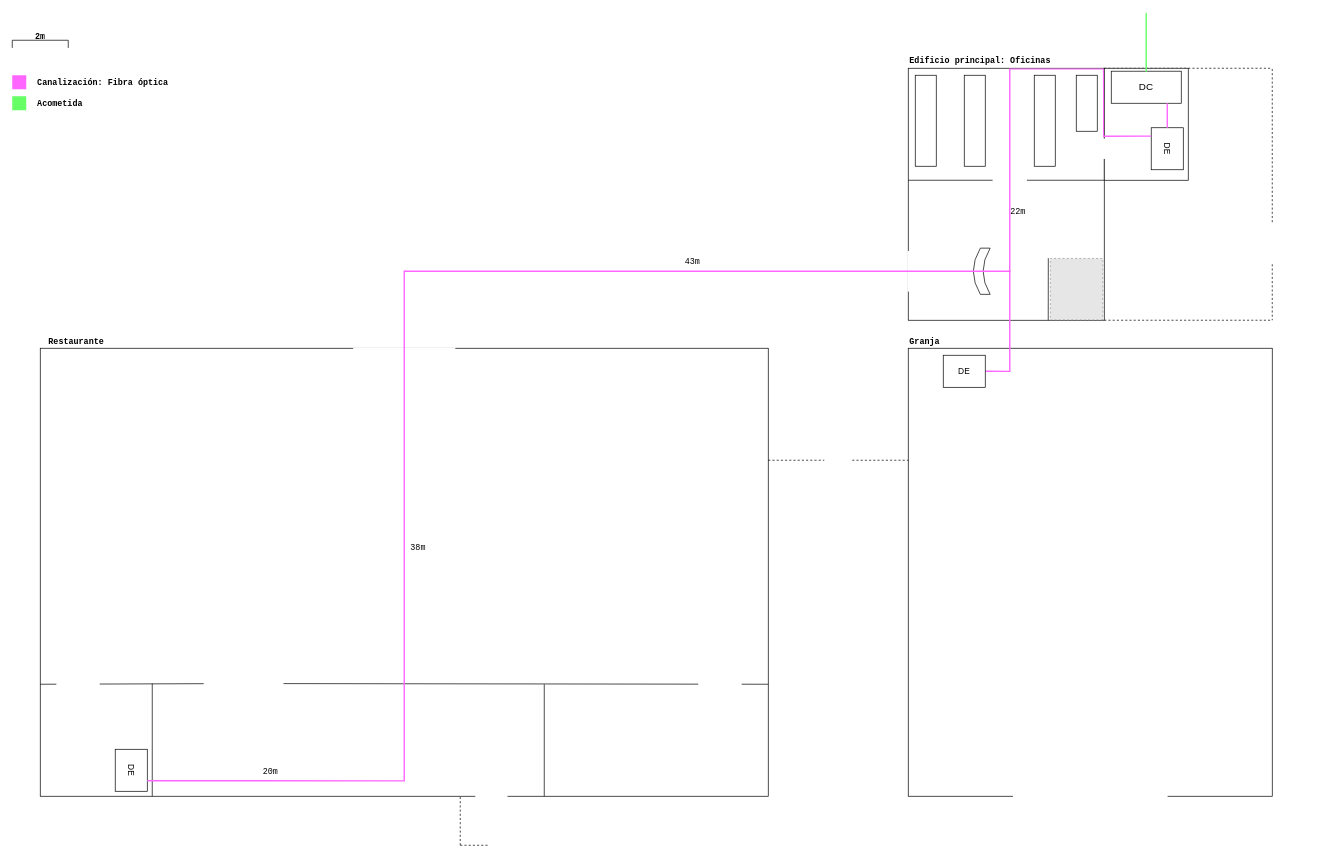
Earlier version of the draw.io diagram SMRL_Plano_General_Campus.drawio (cnrxad/smrl-draw.io). Source tidied: cells renumbered, new cells numbered last; positions are measured from the earlier drawing's top-left corner, leaving out a move shared by most shapes. Both pictures are drawn from the tidied source at 70%, with x=0, y=0 at pixel (12, 13). Pictures stored in the file or linked from it are replaced by grey dashed boxes.
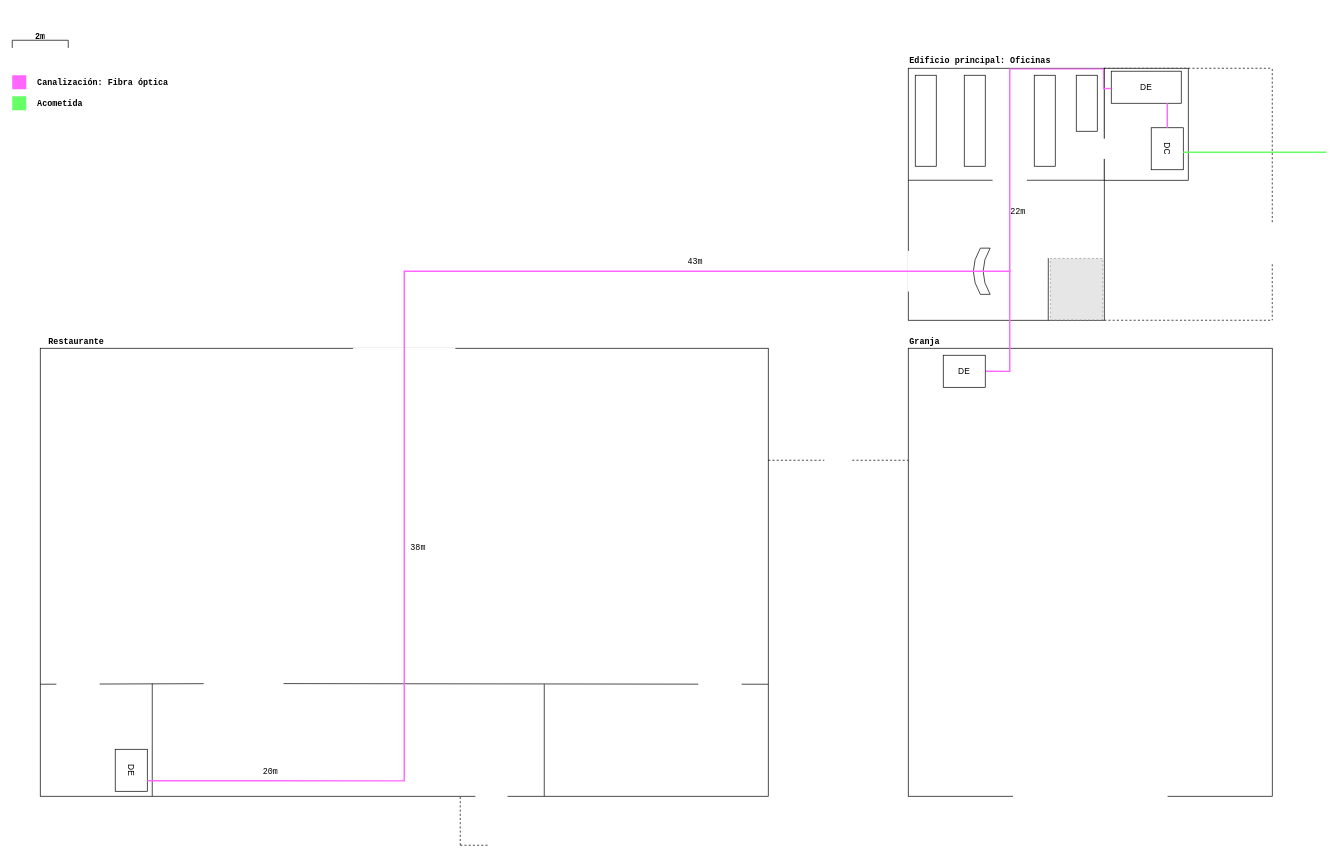
The same page after the edit.

Change to the diagram source:
```diff
@@
-    <mxCell id="11" value="&lt;font style=&quot;font-size: 14px;&quot; face=&quot;Helvetica&quot;&gt;DC&lt;/font&gt;" style="rounded=0;whiteSpace=wrap;html=1;glass=0;shadow=0;" parent="1" vertex="1">
+    <mxCell id="11" value="DE" style="rounded=0;whiteSpace=wrap;html=1;glass=0;shadow=0;" parent="1" vertex="1">
       <mxGeometry x="1570" y="83.2" width="100" height="45.8" as="geometry" />
     </mxCell>
@@
-    <mxCell id="33" value="DE" style="rounded=0;whiteSpace=wrap;html=1;glass=0;shadow=0;rotation=90;" parent="1" vertex="1">
+    <mxCell id="33" value="DC" style="rounded=0;whiteSpace=wrap;html=1;glass=0;shadow=0;rotation=90;" parent="1" vertex="1">
       <mxGeometry x="1620" y="171.1" width="60" height="45.8" as="geometry" />
     </mxCell>
@@
-    <mxCell id="44" style="endArrow=none;html=1;rounded=0;strokeColor=light-dark(#66FF66,#FF66FF);endSize=6;startSize=6;sourcePerimeterSpacing=0;strokeWidth=2;exitX=0;exitY=0.5;exitDx=0;exitDy=0;" parent="1" edge="1">
+    <mxCell id="44" style="endArrow=none;html=1;rounded=0;strokeColor=light-dark(#66FF66,#FF66FF);endSize=6;startSize=6;sourcePerimeterSpacing=0;strokeWidth=2;entryX=0.5;entryY=0;entryDx=0;entryDy=0;" parent="1" edge="1">
       <mxGeometry relative="1" as="geometry">
-        <mxPoint x="1620" y="84" as="sourcePoint" />
-        <mxPoint x="1620" as="targetPoint" />
+        <mxPoint x="1877" y="199" as="sourcePoint" />
+        <mxPoint x="1672.9" y="199" as="targetPoint" />
       </mxGeometry>
     </mxCell>
@@
     <mxCell id="57" value="&lt;div align=&quot;center&quot;&gt;&lt;font face=&quot;Courier New&quot;&gt;43m&lt;/font&gt;&lt;/div&gt;" style="text;strokeColor=none;fillColor=none;align=center;verticalAlign=middle;spacingLeft=4;spacingRight=4;overflow=hidden;whiteSpace=wrap;html=1;" parent="1" vertex="1">
-      <mxGeometry x="932" y="340" width="80" height="30" as="geometry" />
+      <mxGeometry x="936" y="340" width="80" height="30" as="geometry" />
     </mxCell>
@@
     <mxCell id="64" style="endArrow=none;html=1;rounded=0;strokeColor=light-dark(#FF66FF,#FF66FF);strokeWidth=1.5;" parent="1" edge="1">
       <mxGeometry relative="1" as="geometry">
         <mxPoint x="1558.9" y="80" as="sourcePoint" />
-        <mxPoint x="1559" y="177" as="targetPoint" />
+        <mxPoint x="1559" y="109" as="targetPoint" />
       </mxGeometry>
     </mxCell>
     <mxCell id="65" style="endArrow=none;html=1;rounded=0;strokeColor=light-dark(#FF66FF,#FF66FF);endSize=6;startSize=6;sourcePerimeterSpacing=0;strokeWidth=2;" parent="1" edge="1">
       <mxGeometry relative="1" as="geometry">
-        <mxPoint x="1558.9" y="176.1" as="sourcePoint" />
-        <mxPoint x="1626.9" y="176" as="targetPoint" />
+        <mxPoint x="1559" y="108" as="sourcePoint" />
+        <mxPoint x="1570" y="108" as="targetPoint" />
       </mxGeometry>
     </mxCell>
```
